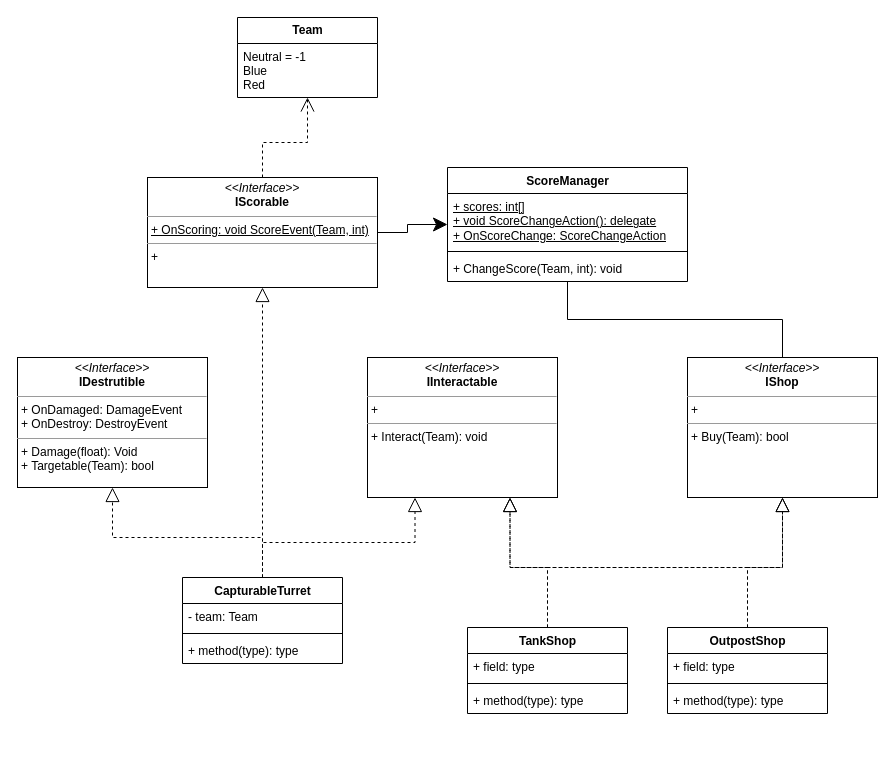
Earlier version of the draw.io diagram page "ScoreSystem" (2 of 2) of Project Colbalt Class Diagrams.drawio (Pihl17/Project-Cobalt). Source tidied: cells renumbered, new cells numbered last; positions are measured from the earlier drawing's top-left corner, leaving out a move shared by most shapes. Both pictures are drawn from the tidied source at 100%, with x=0, y=0 at pixel (17, 17).
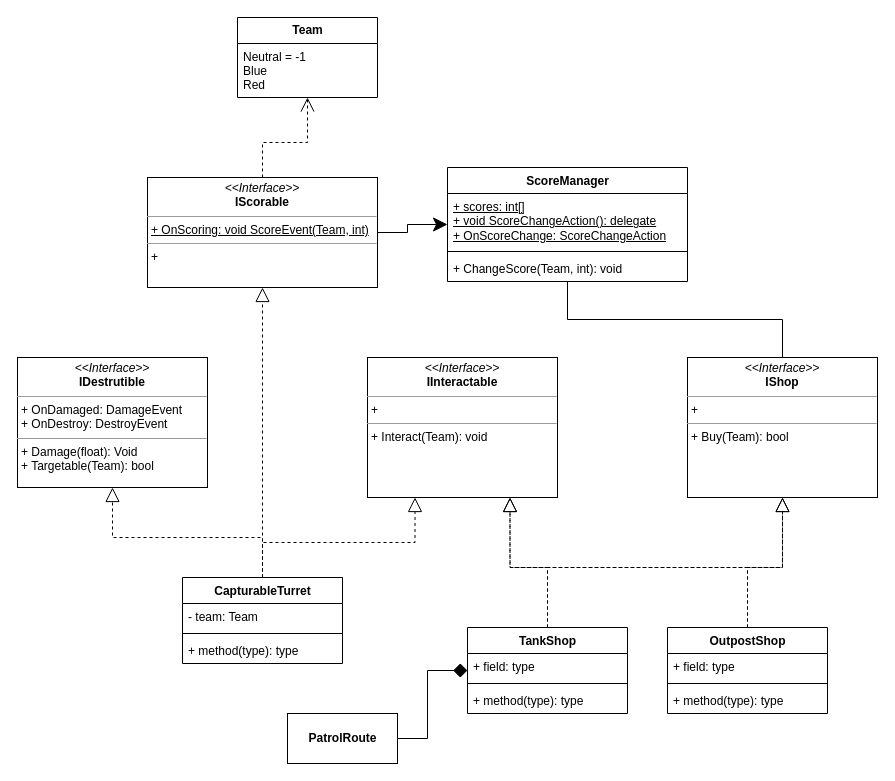
The same page after the edit.

Unchanged cells that the change refers to:
```xml
<mxCell id="16" value="TankShop" style="swimlane;fontStyle=1;align=center;verticalAlign=top;horizontal=1;startSize=26;html=1;" parent="1" vertex="1">
  <mxGeometry x="450" y="610" width="160" height="86" as="geometry" />
</mxCell>
```

What changed in the source:
```diff
@@
+    <mxCell id="34" style="edgeStyle=orthogonalEdgeStyle;rounded=0;jettySize=auto;html=1;startArrow=diamond;startFill=1;startSize=12;endArrow=none;endFill=0;endSize=12;" parent="1" edge="1" source="16" target="35">
+      <mxGeometry relative="1" as="geometry" />
+    </mxCell>
@@
+    <mxCell id="35" value="&lt;b&gt;PatrolRoute&lt;/b&gt;" style="html=1;" parent="1" vertex="1">
+      <mxGeometry x="270" y="696" width="110" height="50" as="geometry" />
+    </mxCell>
```
